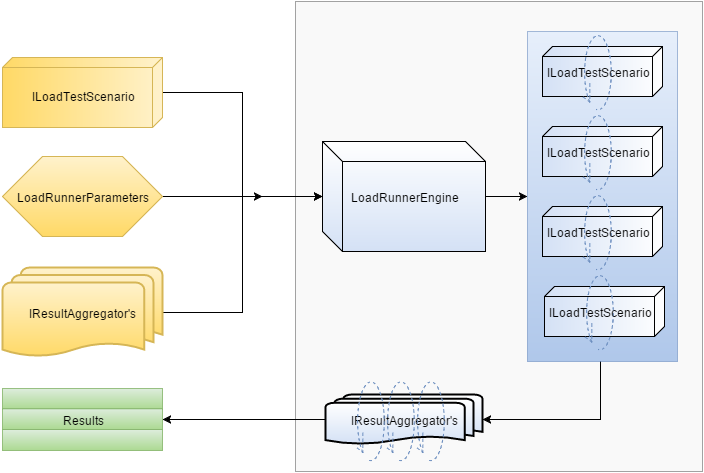
Earlier version of the draw.io export diagrams/Architecture.png (Vycka/LoadRunner). Source tidied: cells renumbered, new cells last; positions are measured from the earlier drawing's top-left corner, leaving out a move shared by most shapes.
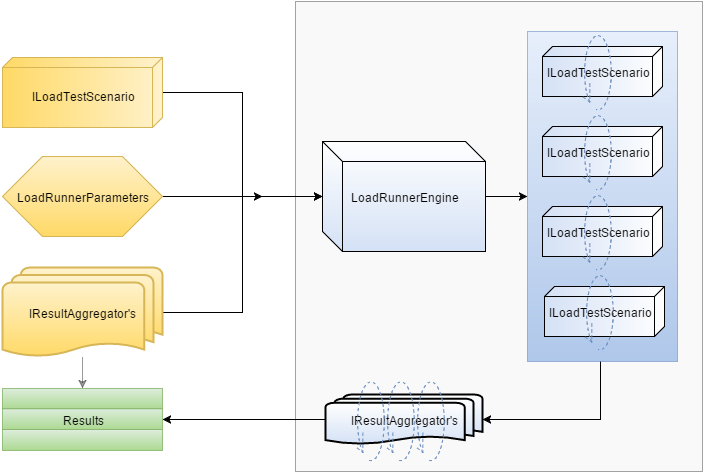
After the commit.

Change to the diagram source:
```diff
@@ -18,6 +18,9 @@
     <mxCell id="5" style="edgeStyle=orthogonalEdgeStyle;rounded=0;html=1;entryX=0;entryY=0.5;" parent="1" edge="1" source="6" target="8">
       <mxGeometry relative="1" as="geometry" />
     </mxCell>
+    <mxCell id="31" style="edgeStyle=orthogonalEdgeStyle;rounded=0;html=1;entryX=0.5;entryY=0;opacity=40;" parent="1" edge="1" source="6" target="27">
+      <mxGeometry relative="1" as="geometry" />
+    </mxCell>
     <mxCell id="6" value="IResultAggregator's" style="strokeWidth=2;html=1;shape=mxgraph.flowchart.multi-document;whiteSpace=wrap;plain-yellow;" parent="1" vertex="1">
       <mxGeometry y="266" width="160" height="90" as="geometry" />
     </mxCell>
```
